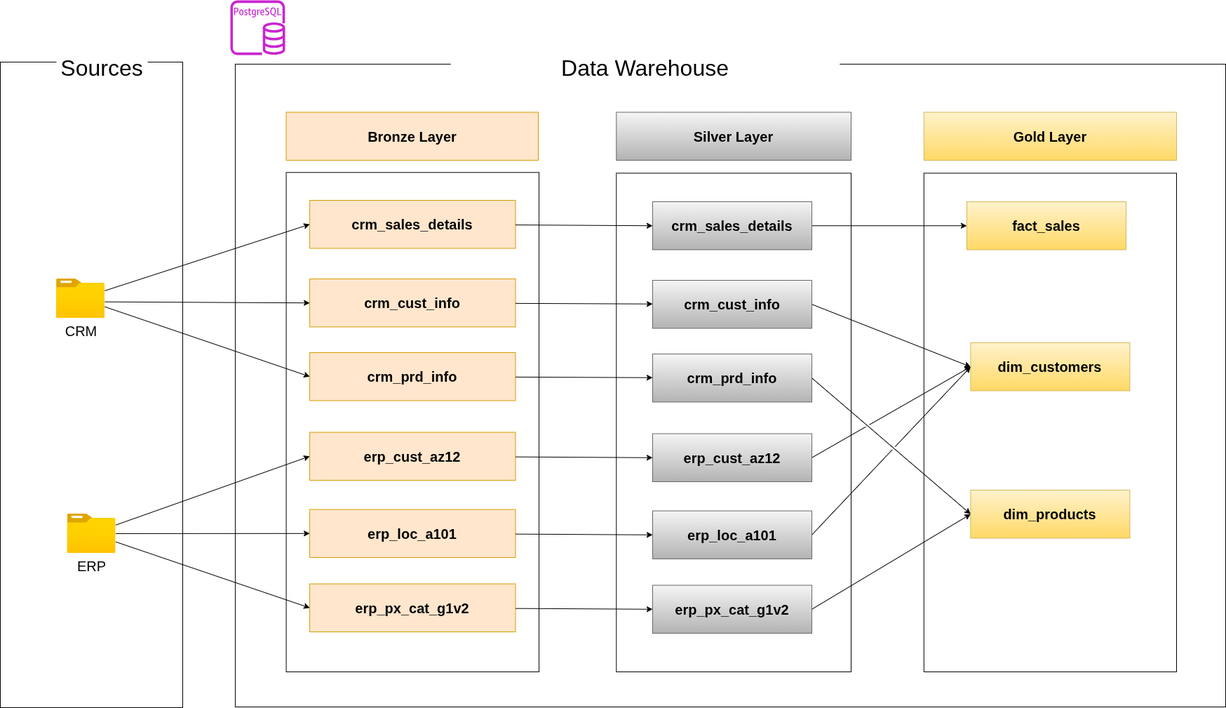
The draw.io diagram documents/Data_Flow.png in DominicSamoes/data_warehouse, before a commit. Source tidied: cells renumbered, new cells last; positions are measured from the earlier drawing's top-left corner, leaving out a move shared by most shapes.
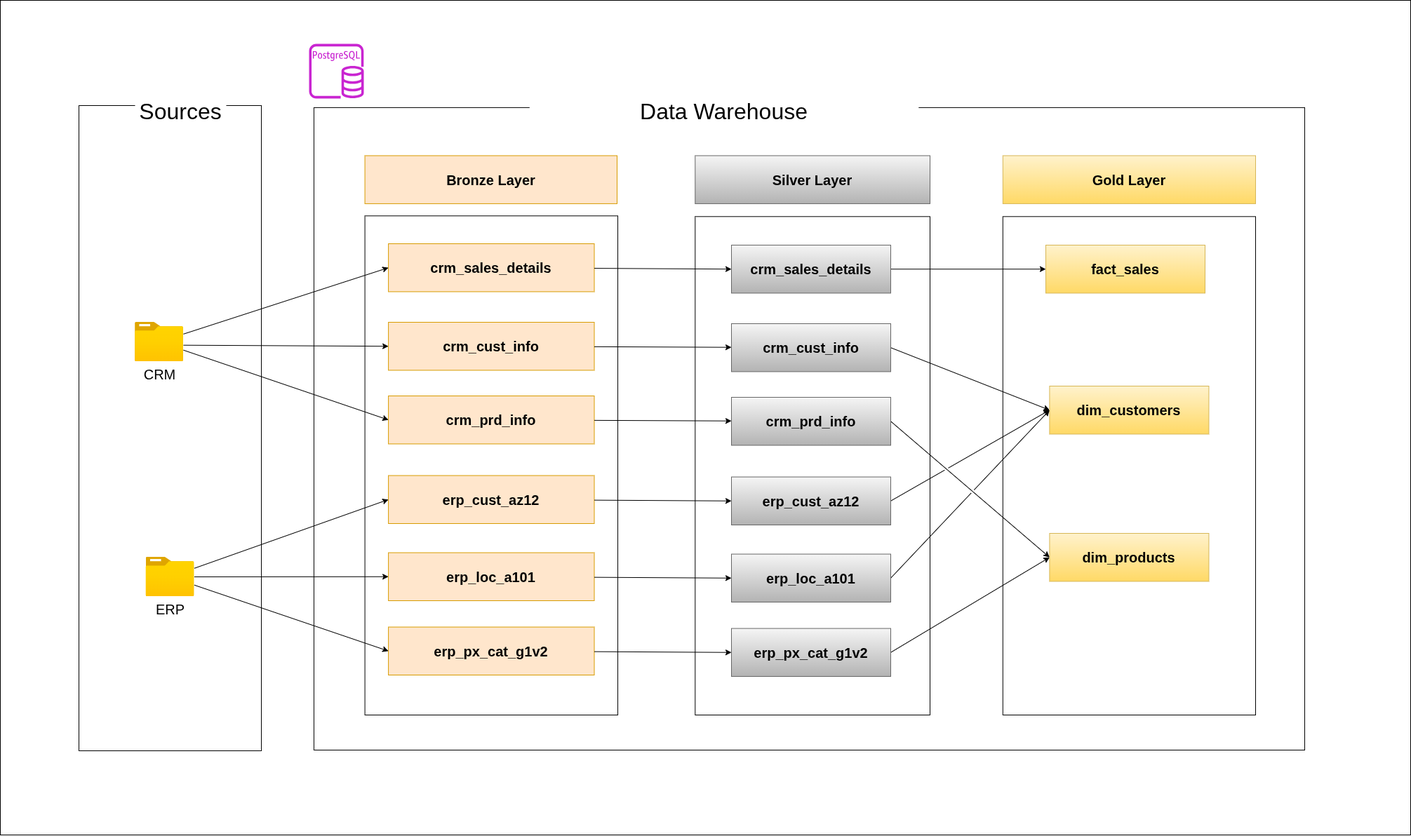
The same file after the commit.

What changed in the source:
```diff
@@ -2,6 +2,9 @@
   <root>
     <mxCell id="0" />
     <mxCell id="1" parent="0" />
+    <mxCell id="50" style="rounded=0;whiteSpace=wrap;html=1;" parent="1" vertex="1">
+      <mxGeometry x="-112" y="-62" width="2010" height="1190" as="geometry" />
+    </mxCell>
     <mxCell id="2" style="group;" parent="1" vertex="1">
       <mxGeometry y="78" width="260" height="930" as="geometry" />
     </mxCell>
```
